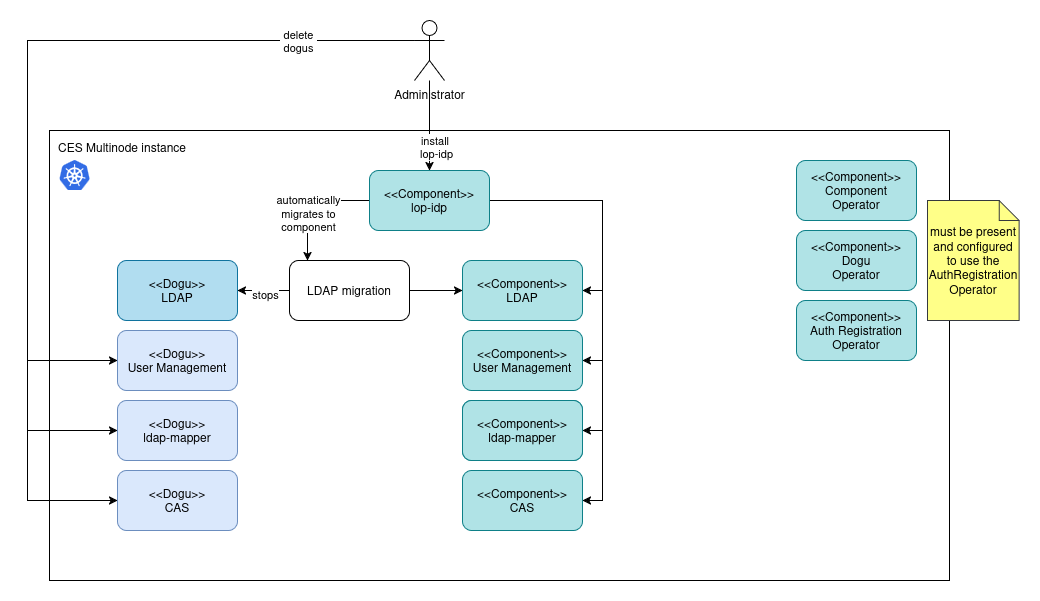
cloudogu/lop-idp keeps this draw.io diagram as docs/operations/images/lop-idp-migration-process.drawio.png. Above is the earlier version. Source tidied: cells renumbered, new cells last; positions are measured from the earlier drawing's top-left corner, leaving out a move shared by most shapes.
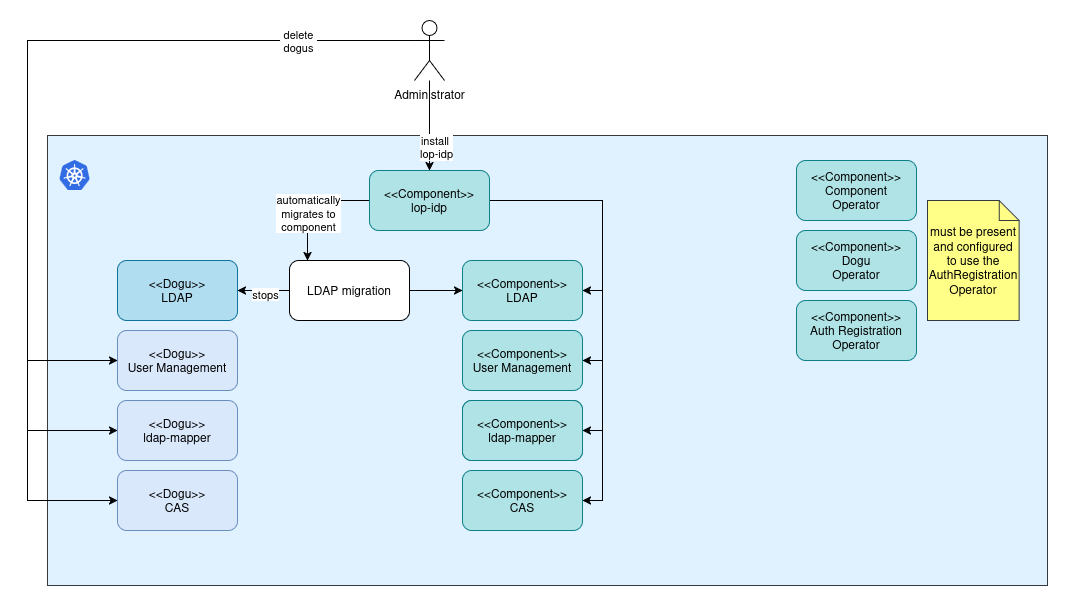
The same file after the commit.

Commit message:
#1 Update background color in migration diagram

White-on-white boxes don't provide a great mental bracket to
visually group things.

What changed in the source:
```diff
@@ -2,12 +2,9 @@
   <root>
     <mxCell id="0" />
     <mxCell id="1" parent="0" />
-    <mxCell id="2" style="group;" parent="1" vertex="1">
-      <mxGeometry x="22" y="110" width="898" height="450" as="geometry" />
+    <mxCell id="2" style="group;fillColor=#e0f2ff;strokeColor=#36393d;gradientColor=none;" parent="1" vertex="1">
+      <mxGeometry x="20" y="115" width="1000" height="450" as="geometry" />
     </mxCell>
-    <mxCell id="3" value="&lt;div align=&quot;left&quot;&gt;CES Multinode instance&lt;/div&gt;" style="rounded=0;whiteSpace=wrap;html=1;align=left;verticalAlign=top;spacing=5;spacingLeft=4;" parent="2" vertex="1">
-      <mxGeometry width="900" height="450" as="geometry" />
-    </mxCell>
     <mxCell id="4" style="image;sketch=0;html=1;align=center;fontSize=12;image=img/lib/mscae/Kubernetes.svg;" parent="1" vertex="1">
       <mxGeometry x="32" y="140" width="31.2" height="30" as="geometry" />
     </mxCell>
```
